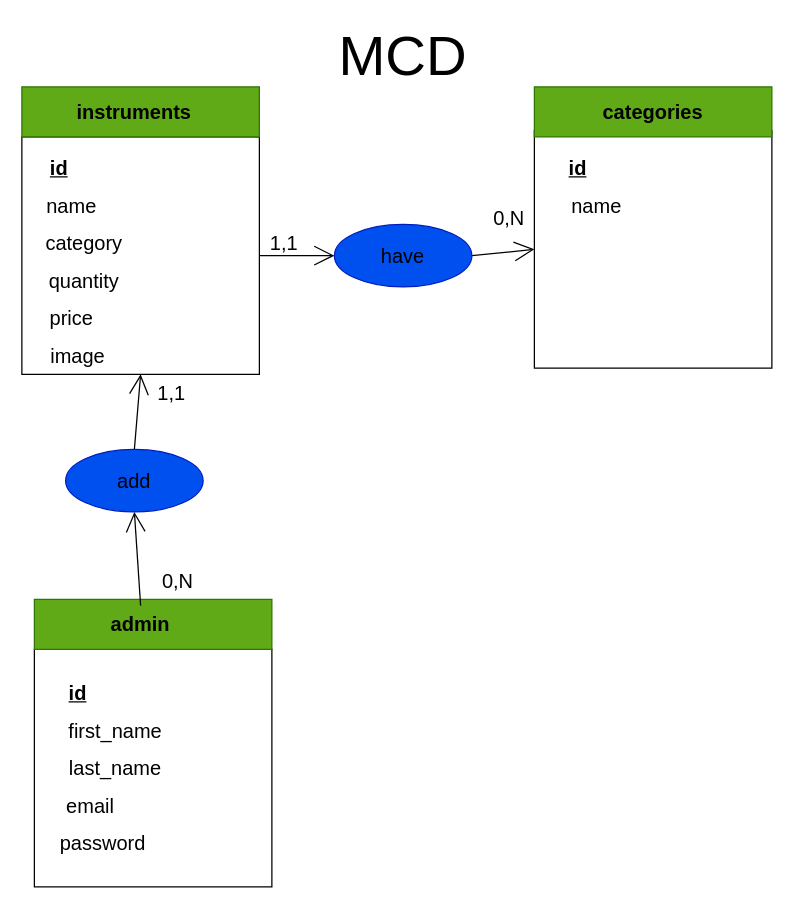
Earlier version of the draw.io diagram merise.drawio (fouad150/Syst-me-de-gestion-des-instruments-de-musique). Source tidied: cells renumbered, new cells numbered last; positions are measured from the earlier drawing's top-left corner, leaving out a move shared by most shapes. Both pictures are drawn from the tidied source at 125%, with x=0, y=0 at pixel (21, 36).
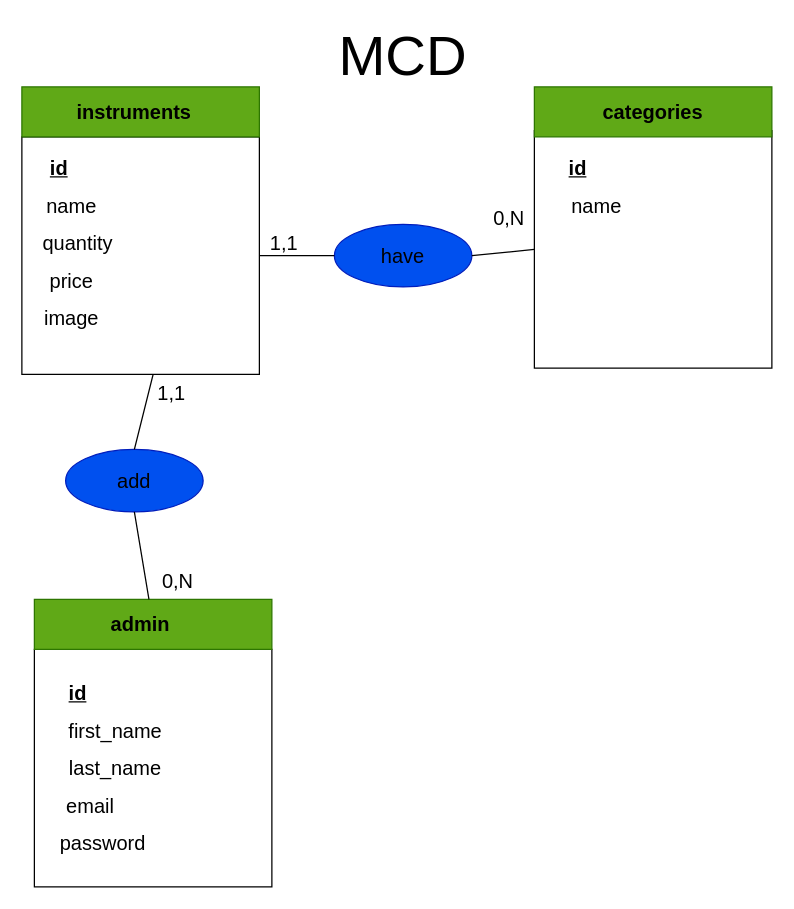
The same diagram, later.

The change refers to these unchanged cells:
```xml
<mxCell id="3" style="whiteSpace=wrap;html=1;" parent="1" vertex="1">
  <mxGeometry y="80" width="190" height="190" as="geometry" />
</mxCell>
<mxCell id="10" style="whiteSpace=wrap;html=1;" parent="1" vertex="1">
  <mxGeometry x="410" y="75" width="190" height="190" as="geometry" />
</mxCell>
<mxCell id="17" style="ellipse;whiteSpace=wrap;html=1;fontSize=16;fillColor=#0050ef;strokeColor=#001DBC;fontColor=#ffffff;" parent="1" vertex="1">
  <mxGeometry x="250" y="150" width="110" height="50" as="geometry" />
</mxCell>
<mxCell id="22" style="rounded=0;whiteSpace=wrap;html=1;fontSize=16;fillColor=#60a917;strokeColor=#2D7600;fontColor=#ffffff;" parent="1" vertex="1">
  <mxGeometry x="10" y="450" width="190" height="40" as="geometry" />
</mxCell>
<mxCell id="24" value="&lt;b&gt;admin&lt;/b&gt;" style="text;strokeColor=none;fillColor=none;html=1;align=center;verticalAlign=middle;whiteSpace=wrap;rounded=0;fontSize=16;" parent="1" vertex="1">
  <mxGeometry x="65" y="455" width="60" height="30" as="geometry" />
</mxCell>
<mxCell id="31" style="ellipse;whiteSpace=wrap;html=1;fontSize=16;fillColor=#0050ef;strokeColor=#001DBC;fontColor=#ffffff;" parent="1" vertex="1">
  <mxGeometry x="35" y="330" width="110" height="50" as="geometry" />
</mxCell>
<mxCell id="34" value="1,1" style="text;strokeColor=none;fillColor=none;html=1;align=center;verticalAlign=middle;whiteSpace=wrap;rounded=0;fontSize=16;" parent="1" vertex="1">
  <mxGeometry x="90" y="270" width="60" height="30" as="geometry" />
</mxCell>
```

The edit, as a diff of the source:
```diff
@@
-    <mxCell id="2" style="edgeStyle=none;curved=1;rounded=0;jettySize=auto;html=1;exitX=1;exitY=0.5;exitDx=0;exitDy=0;entryX=0;entryY=0.5;entryDx=0;entryDy=0;fontSize=12;endArrow=open;startSize=14;endSize=14;sourcePerimeterSpacing=8;targetPerimeterSpacing=8;" parent="1" edge="1" source="3" target="17">
-      <mxGeometry relative="1" as="geometry" />
-    </mxCell>
@@
-    <mxCell id="7" value="category" style="text;strokeColor=none;fillColor=none;html=1;align=center;verticalAlign=middle;whiteSpace=wrap;rounded=0;fontSize=16;" parent="1" vertex="1">
-      <mxGeometry x="20" y="150" width="60" height="30" as="geometry" />
-    </mxCell>
     <mxCell id="8" value="quantity" style="text;strokeColor=none;fillColor=none;html=1;align=center;verticalAlign=middle;whiteSpace=wrap;rounded=0;fontSize=16;" parent="1" vertex="1">
-      <mxGeometry x="20" y="180" width="60" height="30" as="geometry" />
+      <mxGeometry x="15" y="150" width="60" height="30" as="geometry" />
     </mxCell>
     <mxCell id="9" value="price" style="text;strokeColor=none;fillColor=none;html=1;align=center;verticalAlign=middle;whiteSpace=wrap;rounded=0;fontSize=16;" parent="1" vertex="1">
-      <mxGeometry x="10" y="210" width="60" height="30" as="geometry" />
+      <mxGeometry x="10" y="180" width="60" height="30" as="geometry" />
     </mxCell>
@@
-    <mxCell id="16" style="edgeStyle=none;curved=1;rounded=0;jettySize=auto;html=1;exitX=1;exitY=0.5;exitDx=0;exitDy=0;entryX=0;entryY=0.5;entryDx=0;entryDy=0;fontSize=12;endArrow=open;startSize=14;endSize=14;sourcePerimeterSpacing=8;targetPerimeterSpacing=8;" parent="1" edge="1" source="17" target="10">
-      <mxGeometry relative="1" as="geometry" />
-    </mxCell>
@@
-    <mxCell id="23" style="edgeStyle=none;curved=1;rounded=0;jettySize=auto;html=1;exitX=0.5;exitY=0;exitDx=0;exitDy=0;entryX=0.5;entryY=1;entryDx=0;entryDy=0;fontSize=12;endArrow=open;startSize=14;endSize=14;sourcePerimeterSpacing=8;targetPerimeterSpacing=8;" parent="1" edge="1" source="24" target="31">
-      <mxGeometry relative="1" as="geometry" />
-    </mxCell>
@@
-    <mxCell id="30" style="edgeStyle=none;curved=1;rounded=0;jettySize=auto;html=1;exitX=0.5;exitY=0;exitDx=0;exitDy=0;entryX=0.5;entryY=1;entryDx=0;entryDy=0;fontSize=12;endArrow=open;startSize=14;endSize=14;sourcePerimeterSpacing=8;targetPerimeterSpacing=8;" parent="1" edge="1" source="31" target="3">
-      <mxGeometry relative="1" as="geometry" />
-    </mxCell>
@@
     <mxCell id="36" value="image" style="text;strokeColor=none;fillColor=none;html=1;align=center;verticalAlign=middle;whiteSpace=wrap;rounded=0;fontSize=16;" parent="1" vertex="1">
-      <mxGeometry x="15" y="240" width="60" height="30" as="geometry" />
+      <mxGeometry x="10" y="210" width="60" height="30" as="geometry" />
     </mxCell>
+    <mxCell id="37" style="endArrow=none;html=1;entryX=0.25;entryY=0;entryDx=0;entryDy=0;exitX=0.5;exitY=0;exitDx=0;exitDy=0;" parent="1" edge="1" source="31" target="34">
+      <mxGeometry relative="1" as="geometry" />
+    </mxCell>
+    <mxCell id="38" style="endArrow=none;html=1;entryX=0.5;entryY=1;entryDx=0;entryDy=0;" parent="1" edge="1" source="22" target="31">
+      <mxGeometry relative="1" as="geometry" />
+    </mxCell>
+    <mxCell id="16" style="endArrow=none;html=1;exitX=1;exitY=0.5;exitDx=0;exitDy=0;entryX=0;entryY=0.5;entryDx=0;entryDy=0;" parent="1" edge="1" source="17" target="10">
+      <mxGeometry relative="1" as="geometry" />
+    </mxCell>
+    <mxCell id="2" style="endArrow=none;html=1;entryX=0;entryY=0.5;entryDx=0;entryDy=0;" parent="1" edge="1" source="3" target="17">
+      <mxGeometry relative="1" as="geometry" />
+    </mxCell>
```
